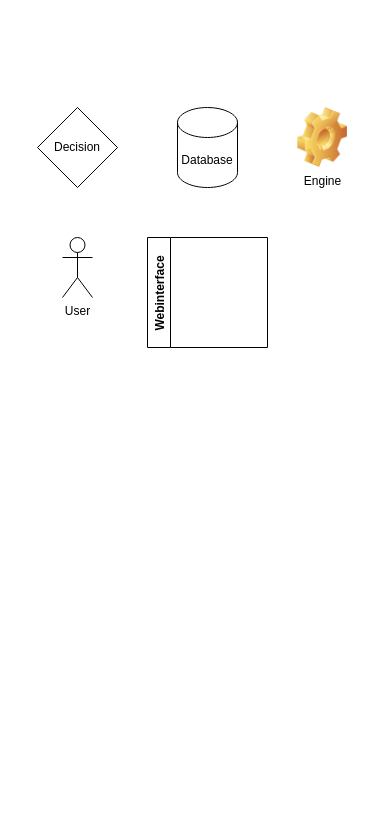
This is page "Legend" (3 of 3) of WiP/HeyBlue.drawio from MinniMieze/HeyBlue, a draw.io file, before an edit. Source tidied: cells renumbered, new cells numbered last; positions are measured from the earlier drawing's top-left corner, leaving out a move shared by most shapes. Both pictures are drawn from the tidied source at 100%, with x=0, y=0 at pixel (37, 107).
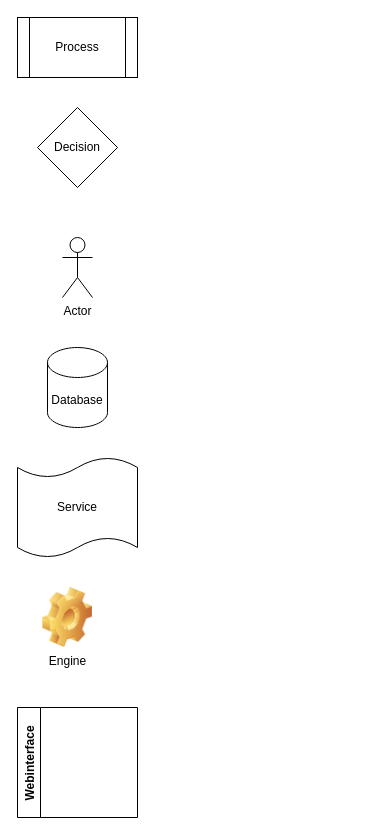
Above is the later version.

Diff of the diagram source:
```diff
@@
 <mxGraphModel>
   <root>
     <mxCell id="0" />
     <mxCell id="1" parent="0" />
     <mxCell id="2" value="Decision" style="rhombus;whiteSpace=wrap;html=1;" parent="1" vertex="1">
       <mxGeometry width="80" height="80" as="geometry" />
     </mxCell>
     <mxCell id="3" value="Database" style="shape=cylinder3;whiteSpace=wrap;html=1;boundedLbl=1;backgroundOutline=1;size=15;" parent="1" vertex="1">
-      <mxGeometry x="140" width="60" height="80" as="geometry" />
+      <mxGeometry x="10" y="240" width="60" height="80" as="geometry" />
     </mxCell>
     <mxCell id="4" value="Engine" style="shape=image;html=1;verticalLabelPosition=bottom;verticalAlign=top;imageAspect=0;image=img/clipart/Gear_128x128.png;" parent="1" vertex="1">
-      <mxGeometry x="260" width="50" height="60" as="geometry" />
+      <mxGeometry x="5" y="480" width="50" height="60" as="geometry" />
     </mxCell>
-    <mxCell id="5" value="User" style="shape=umlActor;verticalLabelPosition=bottom;verticalAlign=top;html=1;" parent="1" vertex="1">
+    <mxCell id="5" value="Actor" style="shape=umlActor;verticalLabelPosition=bottom;verticalAlign=top;html=1;" parent="1" vertex="1">
       <mxGeometry x="25" y="130" width="30" height="60" as="geometry" />
     </mxCell>
     <mxCell id="6" value="Webinterface" style="swimlane;horizontal=0;" parent="1" vertex="1">
-      <mxGeometry x="110" y="130" width="120" height="110" as="geometry" />
+      <mxGeometry x="-20" y="600" width="120" height="110" as="geometry" />
     </mxCell>
+    <mxCell id="7" value="Process" style="shape=process;whiteSpace=wrap;html=1;backgroundOutline=1;" parent="1" vertex="1">
+      <mxGeometry x="-20" y="-90" width="120" height="60" as="geometry" />
+    </mxCell>
+    <mxCell id="8" value="Service" style="shape=tape;whiteSpace=wrap;html=1;size=0.2;" parent="1" vertex="1">
+      <mxGeometry x="-20" y="350" width="120" height="100" as="geometry" />
+    </mxCell>
   </root>
 </mxGraphModel>
```
